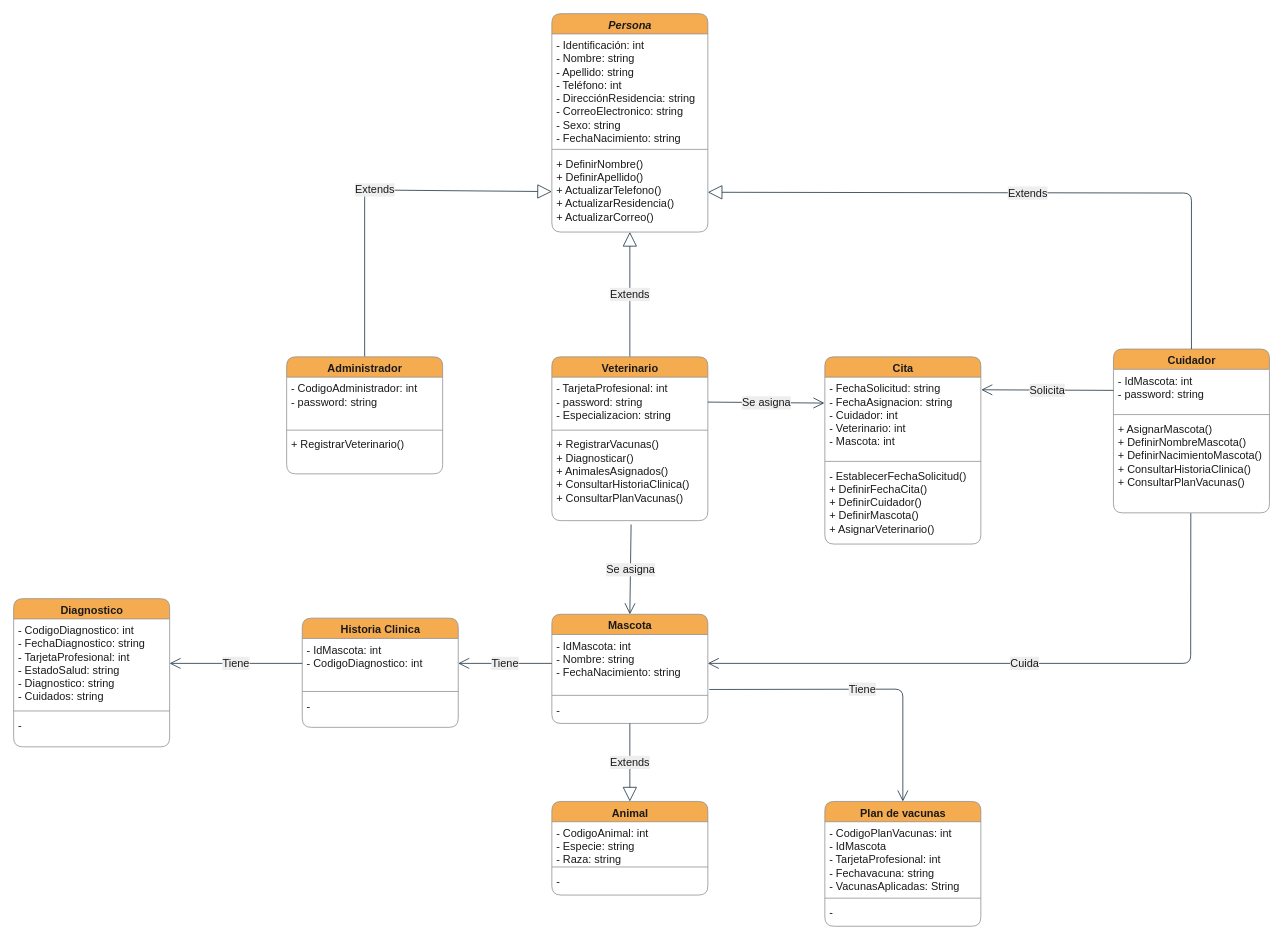
This is page "Diagrama de clases" (1 of 3) of Diagramas.drawio from juandabi/teleVeterinaria, a draw.io file, before an edit. Source tidied: cells renumbered, new cells numbered last; positions are measured from the earlier drawing's top-left corner, leaving out a move shared by most shapes. Both pictures are drawn from the tidied source at 78%, with x=0, y=0 at pixel (13, 13).
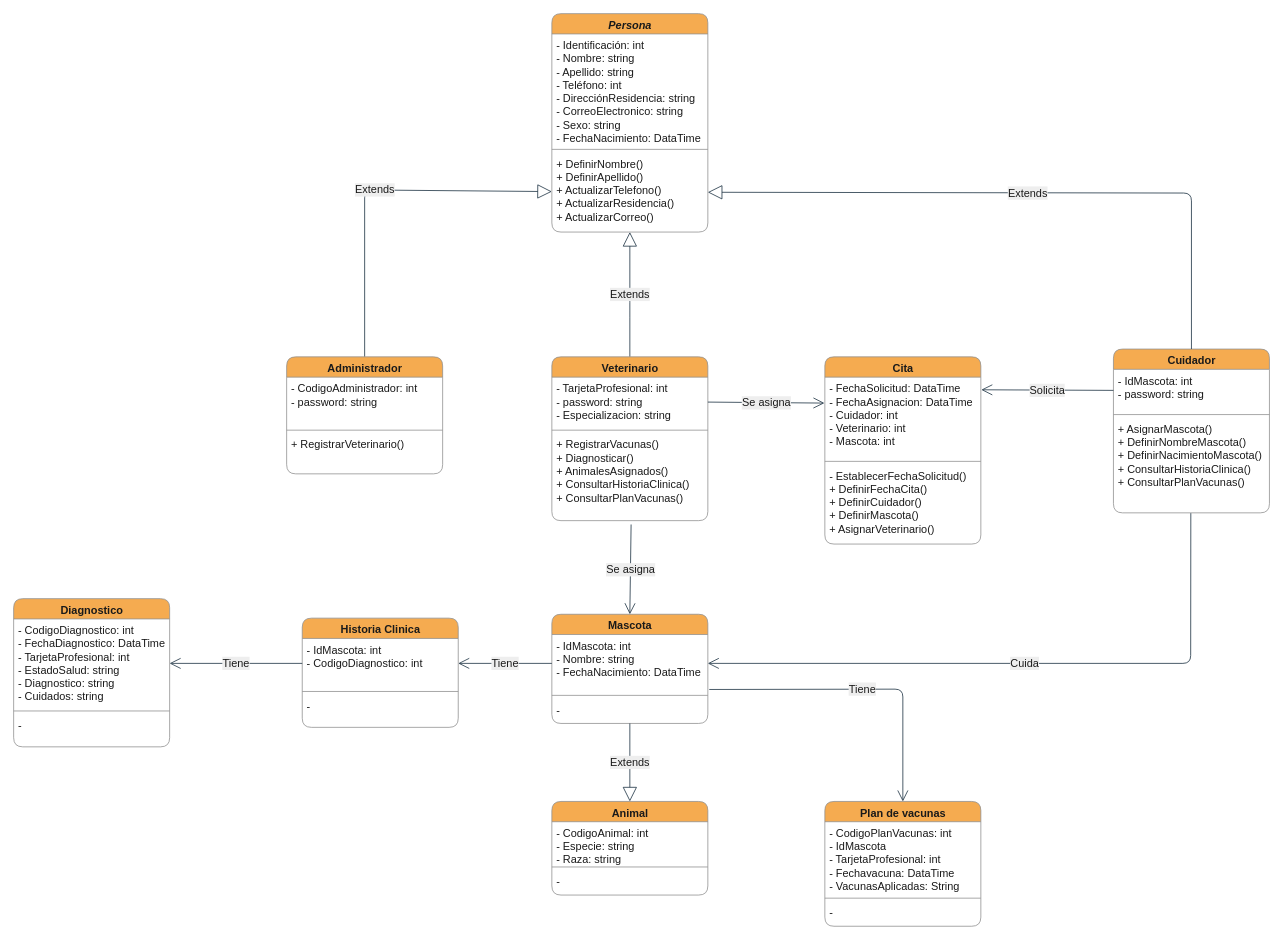
The same diagram, later.

Unchanged cells that the change refers to:
```xml
<mxCell id="2" value="&lt;i&gt;Persona&lt;/i&gt;" style="swimlane;fontStyle=1;align=center;verticalAlign=top;horizontal=1;startSize=26;fontSize=14;html=1;rounded=1;fillColor=#F5AB50;strokeColor=#909090;fontColor=#1A1A1A;" parent="1" vertex="1">
  <mxGeometry x="690" width="200" height="280" as="geometry" />
</mxCell>
<mxCell id="8" value="Cita" style="swimlane;fontStyle=1;align=center;verticalAlign=top;horizontal=1;startSize=26;fontSize=14;html=1;rounded=1;fillColor=#F5AB50;strokeColor=#909090;fontColor=#1A1A1A;" parent="1" vertex="1">
  <mxGeometry x="1040" y="440" width="200" height="240" as="geometry" />
</mxCell>
<mxCell id="24" value="Mascota" style="swimlane;fontStyle=1;align=center;verticalAlign=top;horizontal=1;startSize=26;fontSize=14;html=1;rounded=1;fillColor=#F5AB50;strokeColor=#909090;fontColor=#1A1A1A;" parent="1" vertex="1">
  <mxGeometry x="690" y="770" width="200" height="140" as="geometry" />
</mxCell>
<mxCell id="41" value="Diagnostico" style="swimlane;fontStyle=1;align=center;verticalAlign=top;horizontal=1;startSize=26;fontSize=14;html=1;rounded=1;fillColor=#F5AB50;strokeColor=#909090;fontColor=#1A1A1A;" parent="1" vertex="1">
  <mxGeometry y="750" width="200" height="190" as="geometry" />
</mxCell>
<mxCell id="47" value="Plan de vacunas" style="swimlane;fontStyle=1;align=center;verticalAlign=top;horizontal=1;startSize=26;fontSize=14;html=1;rounded=1;fillColor=#F5AB50;strokeColor=#909090;fontColor=#1A1A1A;" parent="1" vertex="1">
  <mxGeometry x="1040" y="1010" width="200" height="160" as="geometry" />
</mxCell>
```

The edit, as a diff of the source:
```diff
@@
-    <mxCell id="3" value="- Identificación: int&#10;- Nombre: string&#10;- Apellido: string&#10;- Teléfono: int&#10;- DirecciónResidencia: string&#10;- CorreoElectronico: string&#10;- Sexo: string&#10;- FechaNacimiento: string" style="text;strokeColor=none;fillColor=none;align=left;verticalAlign=top;spacingLeft=4;spacingRight=4;overflow=hidden;fontSize=14;rounded=1;fontColor=#1A1A1A;" parent="2" vertex="1">
+    <mxCell id="3" value="- Identificación: int&#10;- Nombre: string&#10;- Apellido: string&#10;- Teléfono: int&#10;- DirecciónResidencia: string&#10;- CorreoElectronico: string&#10;- Sexo: string&#10;- FechaNacimiento: DataTime" style="text;strokeColor=none;fillColor=none;align=left;verticalAlign=top;spacingLeft=4;spacingRight=4;overflow=hidden;fontSize=14;rounded=1;fontColor=#1A1A1A;" parent="2" vertex="1">
       <mxGeometry y="26" width="200" height="144" as="geometry" />
     </mxCell>
@@
-    <mxCell id="9" value="- FechaSolicitud: string&#10;- FechaAsignacion: string&#10;- Cuidador: int&#10;- Veterinario: int&#10;- Mascota: int" style="text;strokeColor=none;fillColor=none;align=left;verticalAlign=top;spacingLeft=4;spacingRight=4;overflow=hidden;points=[[0,0.5],[1,0.5]];portConstraint=eastwest;fontSize=14;rounded=1;fontColor=#1A1A1A;" parent="8" vertex="1">
+    <mxCell id="9" value="- FechaSolicitud: DataTime&#10;- FechaAsignacion: DataTime&#10;- Cuidador: int&#10;- Veterinario: int&#10;- Mascota: int" style="text;strokeColor=none;fillColor=none;align=left;verticalAlign=top;spacingLeft=4;spacingRight=4;overflow=hidden;points=[[0,0.5],[1,0.5]];portConstraint=eastwest;fontSize=14;rounded=1;fontColor=#1A1A1A;" parent="8" vertex="1">
       <mxGeometry y="26" width="200" height="104" as="geometry" />
     </mxCell>
@@
-    <mxCell id="25" value="- IdMascota: int&#10;- Nombre: string&#10;- FechaNacimiento: string" style="text;strokeColor=none;fillColor=none;align=left;verticalAlign=top;spacingLeft=4;spacingRight=4;overflow=hidden;points=[[0,0.5],[1,0.5]];portConstraint=eastwest;fontSize=14;rounded=1;fontColor=#1A1A1A;" parent="24" vertex="1">
+    <mxCell id="25" value="- IdMascota: int&#10;- Nombre: string&#10;- FechaNacimiento: DataTime" style="text;strokeColor=none;fillColor=none;align=left;verticalAlign=top;spacingLeft=4;spacingRight=4;overflow=hidden;points=[[0,0.5],[1,0.5]];portConstraint=eastwest;fontSize=14;rounded=1;fontColor=#1A1A1A;" parent="24" vertex="1">
       <mxGeometry y="26" width="200" height="74" as="geometry" />
     </mxCell>
@@
-    <mxCell id="42" value="- CodigoDiagnostico: int&#10;- FechaDiagnostico: string&#10;- TarjetaProfesional: int&#10;- EstadoSalud: string&#10;- Diagnostico: string&#10;- Cuidados: string" style="text;strokeColor=none;fillColor=none;align=left;verticalAlign=top;spacingLeft=4;spacingRight=4;overflow=hidden;points=[[0,0.5],[1,0.5]];portConstraint=eastwest;fontSize=14;rounded=1;fontColor=#1A1A1A;" parent="41" vertex="1">
+    <mxCell id="42" value="- CodigoDiagnostico: int&#10;- FechaDiagnostico: DataTime&#10;- TarjetaProfesional: int&#10;- EstadoSalud: string&#10;- Diagnostico: string&#10;- Cuidados: string" style="text;strokeColor=none;fillColor=none;align=left;verticalAlign=top;spacingLeft=4;spacingRight=4;overflow=hidden;points=[[0,0.5],[1,0.5]];portConstraint=eastwest;fontSize=14;rounded=1;fontColor=#1A1A1A;" parent="41" vertex="1">
       <mxGeometry y="26" width="200" height="114" as="geometry" />
     </mxCell>
@@
-    <mxCell id="48" value="- CodigoPlanVacunas: int&#10;- IdMascota&#10;- TarjetaProfesional: int&#10;- Fechavacuna: string&#10;- VacunasAplicadas: String&#10;" style="text;strokeColor=none;fillColor=none;align=left;verticalAlign=top;spacingLeft=4;spacingRight=4;overflow=hidden;fontSize=14;rounded=1;fontColor=#1A1A1A;" parent="47" vertex="1">
+    <mxCell id="48" value="- CodigoPlanVacunas: int&#10;- IdMascota&#10;- TarjetaProfesional: int&#10;- Fechavacuna: DataTime&#10;- VacunasAplicadas: String&#10;" style="text;strokeColor=none;fillColor=none;align=left;verticalAlign=top;spacingLeft=4;spacingRight=4;overflow=hidden;fontSize=14;rounded=1;fontColor=#1A1A1A;" parent="47" vertex="1">
       <mxGeometry y="26" width="200" height="94" as="geometry" />
     </mxCell>
```
